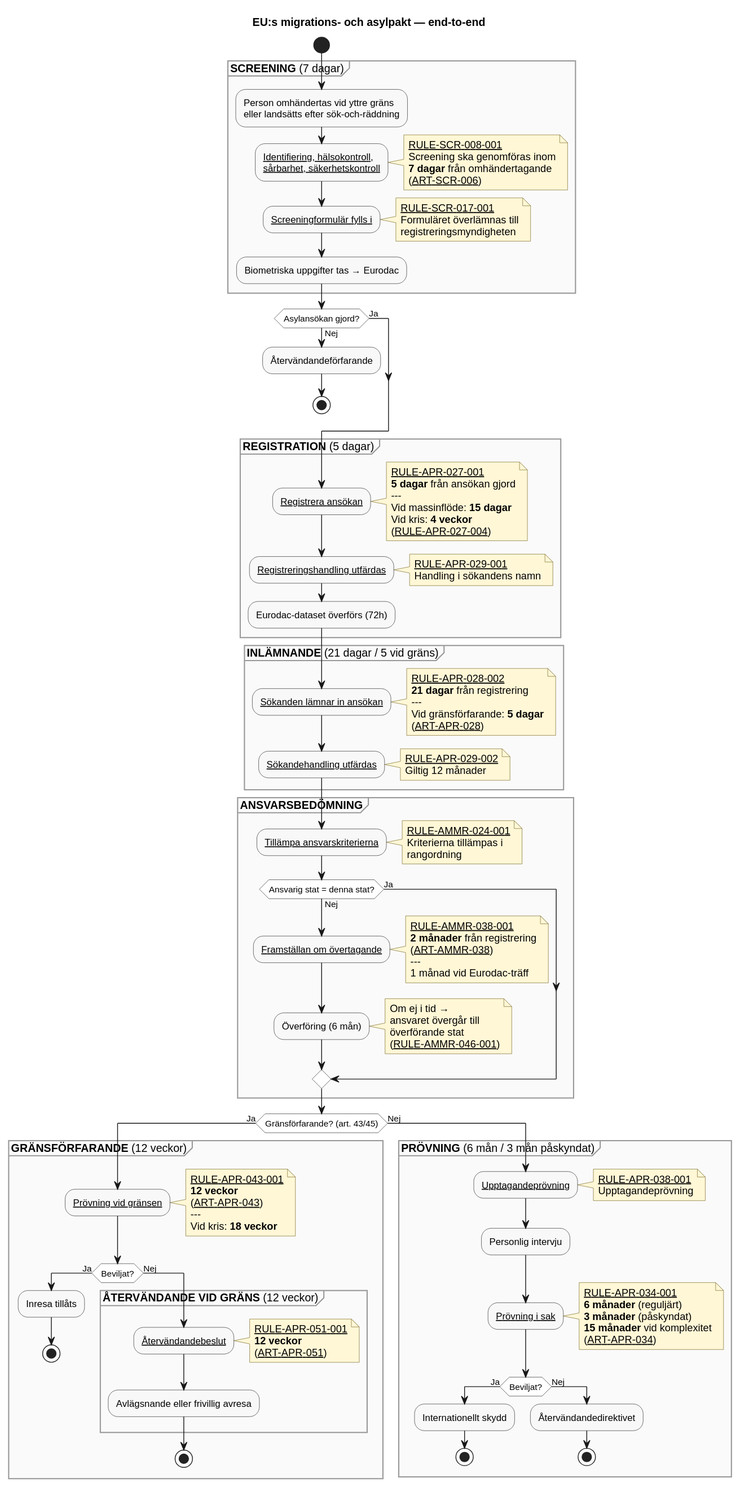
This is docs/diagrams/end-to-end-overview.svg from chrhe894/migration_pact, a PlantUML export, as it was before one commit.
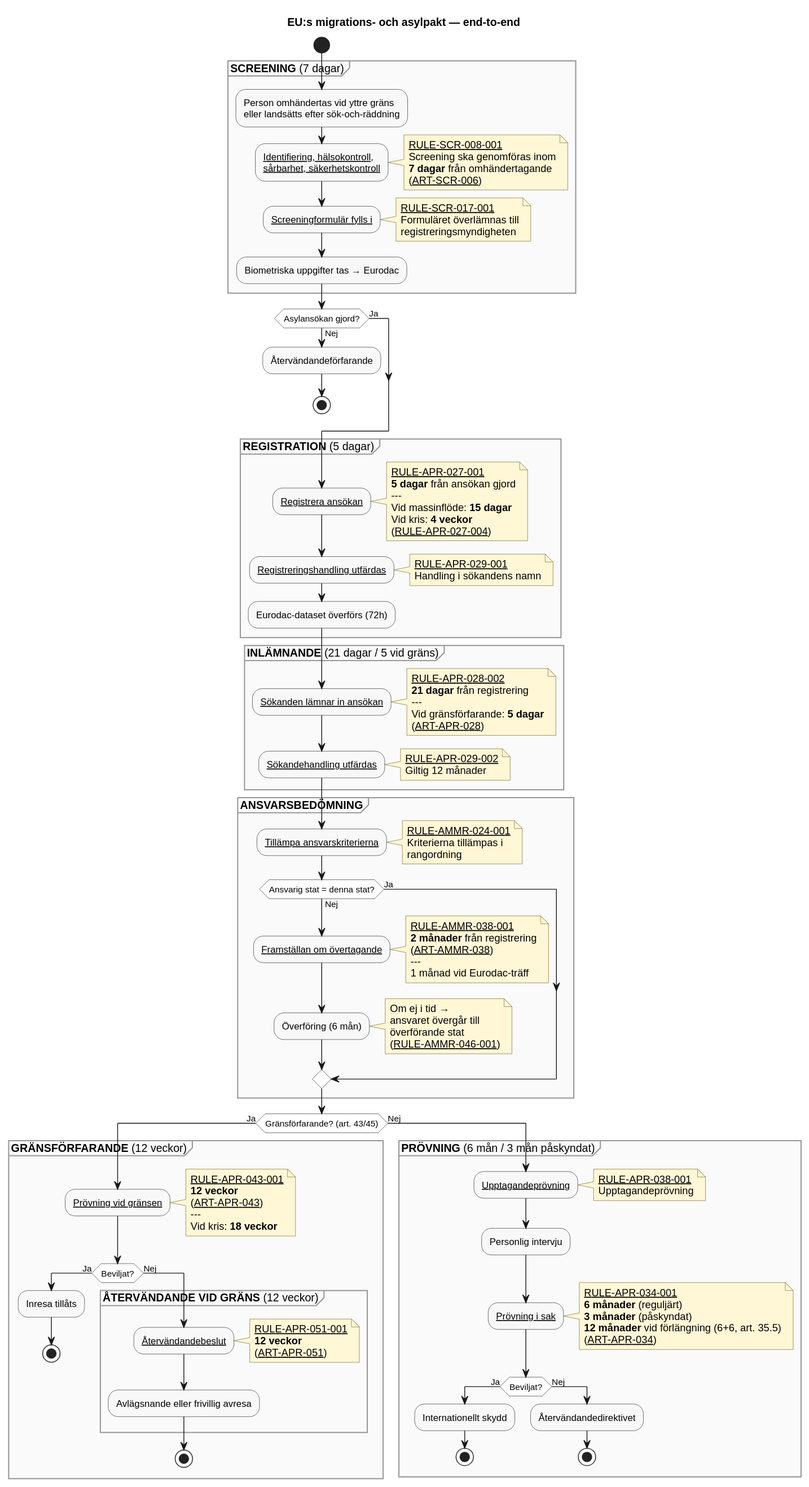
After the commit.

The edit, as a diff of the source:
```diff
@@ -150,7 +150,7 @@
       [[../domains/asylum-procedure/rules/rule-apr-034-001.md RULE-APR-034-001]]
       **6 månader** (reguljärt)
       **3 månader** (påskyndat)
-      **15 månader** vid komplexitet
+      **12 månader** vid förlängning (6+6, art. 35.5)
       ([[../domains/asylum-procedure/articles/apr-034.md ART-APR-034]])
     end note
     if (Beviljat?) then (Ja)
```
